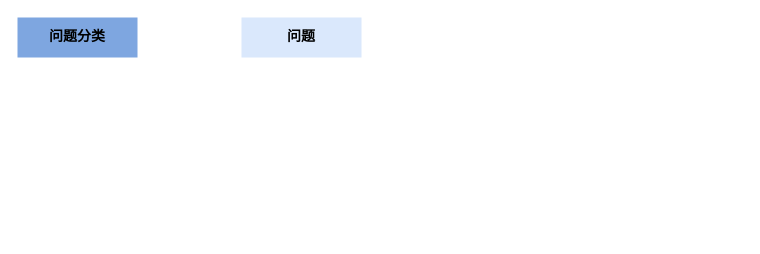
Earlier version of the draw.io diagram yx流量模型治理.drawio (mineminemine123/work-wiki). Source tidied: cells renumbered, new cells numbered last; positions are measured from the earlier drawing's top-left corner, leaving out a move shared by most shapes. Both pictures are drawn from the tidied source at 100%, with x=0, y=0 at pixel (17, 17).
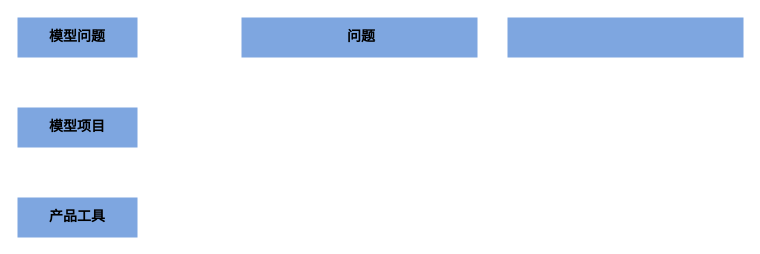
The same page after the edit.

Commit message:
更新yx流量模型治理.drawio

Change to the diagram source:
```diff
@@
 <mxGraphModel>
   <root>
     <mxCell id="0" />
     <mxCell id="1" parent="0" />
     <mxCell id="2" value="&lt;pre&gt;&lt;br&gt;&lt;/pre&gt;" style="rounded=0;whiteSpace=wrap;html=1;labelBackgroundColor=#ffffff;hachureGap=4;strokeColor=none;strokeWidth=1;fontFamily=Architects Daughter;fontSize=11;fillColor=#7EA6E0;" parent="1" vertex="1">
       <mxGeometry width="120" height="40" as="geometry" />
     </mxCell>
-    <mxCell id="3" value="&lt;b&gt;&lt;font style=&quot;font-size: 14px;&quot; color=&quot;#000000&quot;&gt;问题分类&lt;/font&gt;&lt;/b&gt;" style="text;html=1;strokeColor=none;fillColor=none;align=center;verticalAlign=middle;whiteSpace=wrap;rounded=0;fontSize=11;fontFamily=Architects Daughter;fontColor=#FFFFFF;" parent="1" vertex="1">
+    <mxCell id="3" value="&lt;font color=&quot;#000000&quot;&gt;&lt;span style=&quot;font-size: 14px;&quot;&gt;&lt;b&gt;模型问题&lt;/b&gt;&lt;/span&gt;&lt;/font&gt;" style="text;html=1;strokeColor=none;fillColor=none;align=center;verticalAlign=middle;whiteSpace=wrap;rounded=0;fontSize=11;fontFamily=Architects Daughter;fontColor=#FFFFFF;" parent="1" vertex="1">
       <mxGeometry x="30" y="5" width="60" height="30" as="geometry" />
     </mxCell>
-    <mxCell id="4" value="&lt;pre&gt;&lt;br&gt;&lt;/pre&gt;" style="rounded=0;whiteSpace=wrap;html=1;labelBackgroundColor=#ffffff;hachureGap=4;strokeColor=none;strokeWidth=1;fontFamily=Architects Daughter;fontSize=11;fillColor=#dae8fc;" parent="1" vertex="1">
-      <mxGeometry x="224" width="120" height="40" as="geometry" />
+    <mxCell id="4" value="&lt;pre&gt;&lt;br&gt;&lt;/pre&gt;" style="rounded=0;whiteSpace=wrap;html=1;labelBackgroundColor=#ffffff;hachureGap=4;strokeColor=none;strokeWidth=1;fontFamily=Architects Daughter;fontSize=11;fillColor=#7EA6E0;" parent="1" vertex="1">
+      <mxGeometry x="224" width="236" height="40" as="geometry" />
     </mxCell>
     <mxCell id="5" value="&lt;b&gt;&lt;font style=&quot;font-size: 14px;&quot; color=&quot;#000000&quot;&gt;问题&lt;/font&gt;&lt;/b&gt;" style="text;html=1;strokeColor=none;fillColor=none;align=center;verticalAlign=middle;whiteSpace=wrap;rounded=0;fontSize=11;fontFamily=Architects Daughter;fontColor=#FFFFFF;" parent="1" vertex="1">
-      <mxGeometry x="254" y="5" width="60" height="30" as="geometry" />
+      <mxGeometry x="314" y="5" width="60" height="30" as="geometry" />
     </mxCell>
+    <mxCell id="6" value="&lt;pre&gt;&lt;br&gt;&lt;/pre&gt;" style="rounded=0;whiteSpace=wrap;html=1;labelBackgroundColor=#ffffff;hachureGap=4;strokeColor=none;strokeWidth=1;fontFamily=Architects Daughter;fontSize=11;fillColor=#7EA6E0;" parent="1" vertex="1">
+      <mxGeometry x="490" width="236" height="40" as="geometry" />
+    </mxCell>
+    <mxCell id="7" value="&lt;pre&gt;&lt;br&gt;&lt;/pre&gt;" style="rounded=0;whiteSpace=wrap;html=1;labelBackgroundColor=#ffffff;hachureGap=4;strokeColor=none;strokeWidth=1;fontFamily=Architects Daughter;fontSize=11;fillColor=#7EA6E0;" parent="1" vertex="1">
+      <mxGeometry y="90" width="120" height="40" as="geometry" />
+    </mxCell>
+    <mxCell id="8" value="&lt;font color=&quot;#000000&quot;&gt;&lt;span style=&quot;font-size: 14px;&quot;&gt;&lt;b&gt;模型项目&lt;/b&gt;&lt;/span&gt;&lt;/font&gt;" style="text;html=1;strokeColor=none;fillColor=none;align=center;verticalAlign=middle;whiteSpace=wrap;rounded=0;fontSize=11;fontFamily=Architects Daughter;fontColor=#FFFFFF;" parent="1" vertex="1">
+      <mxGeometry x="30" y="95" width="60" height="30" as="geometry" />
+    </mxCell>
+    <mxCell id="9" value="&lt;pre&gt;&lt;br&gt;&lt;/pre&gt;" style="rounded=0;whiteSpace=wrap;html=1;labelBackgroundColor=#ffffff;hachureGap=4;strokeColor=none;strokeWidth=1;fontFamily=Architects Daughter;fontSize=11;fillColor=#7EA6E0;" parent="1" vertex="1">
+      <mxGeometry y="180" width="120" height="40" as="geometry" />
+    </mxCell>
+    <mxCell id="10" value="&lt;font color=&quot;#000000&quot;&gt;&lt;span style=&quot;font-size: 14px;&quot;&gt;&lt;b&gt;产品工具&lt;/b&gt;&lt;/span&gt;&lt;/font&gt;" style="text;html=1;strokeColor=none;fillColor=none;align=center;verticalAlign=middle;whiteSpace=wrap;rounded=0;fontSize=11;fontFamily=Architects Daughter;fontColor=#FFFFFF;" parent="1" vertex="1">
+      <mxGeometry x="30" y="185" width="60" height="30" as="geometry" />
+    </mxCell>
   </root>
 </mxGraphModel>
```
